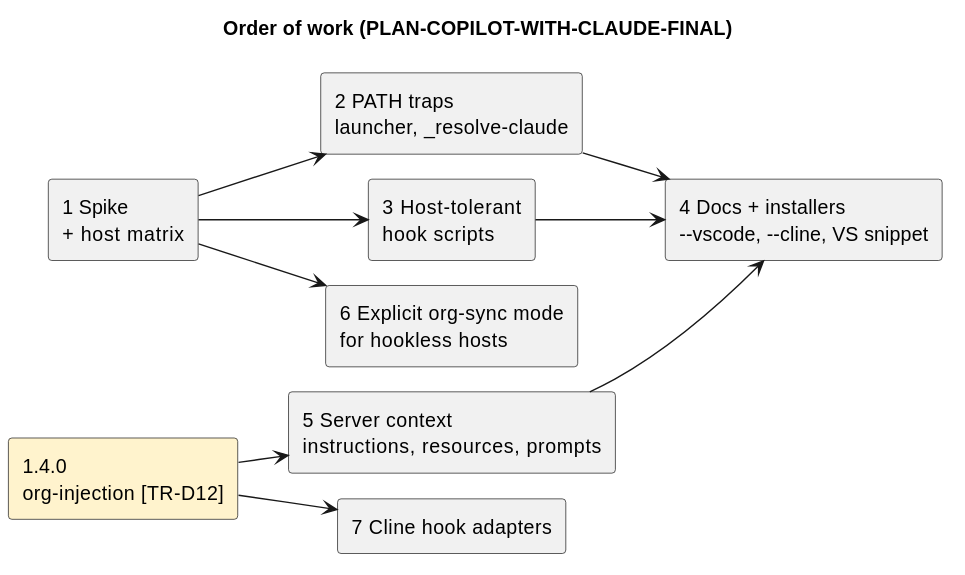
Above: docs/diagrams/copilot-plan.svg in adrian-balaban/total-recall (PlantUML), before the change.
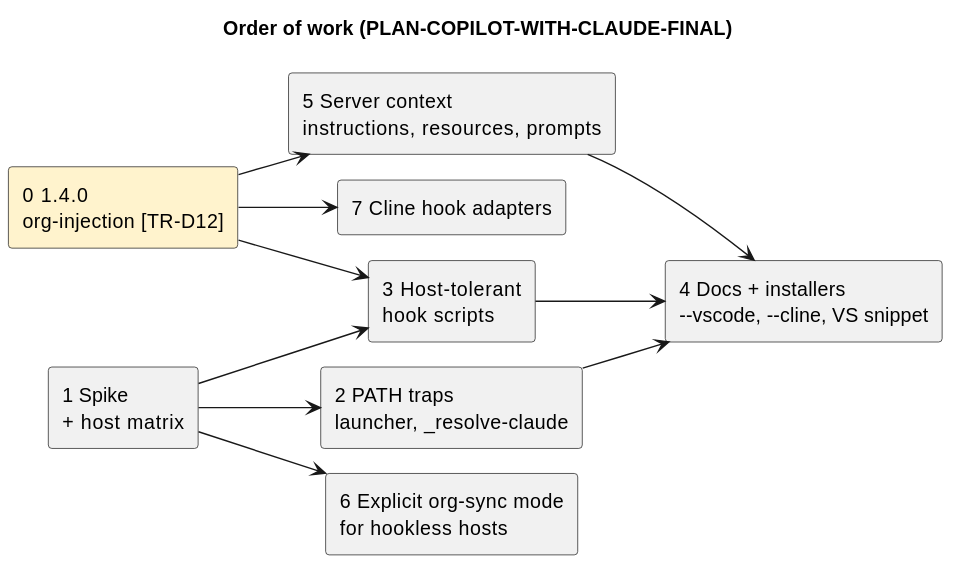
Above is the later version.

Commit message:
docs: put [TR-D12] org-injection first in the VS Code plan

Step 3 makes SessionStart injection work in Copilot, so it widens the
org-injection surface too; 1.4.0 now precedes steps 3, 5 and 7.

Diff of the diagram source:
```diff
@@ -5,21 +5,22 @@
 skinparam defaultFontName Helvetica
 title Order of work (PLAN-COPILOT-WITH-CLAUDE-FINAL)
 
+rectangle "0  1.4.0\norg-injection [TR-D12]" as G #FFF3CD
 rectangle "1 Spike\n+ host matrix" as A
 rectangle "2 PATH traps\nlauncher, _resolve-claude" as B
 rectangle "3 Host-tolerant\nhook scripts" as C
 rectangle "4 Docs + installers\n~--vscode, ~--cline, VS snippet" as F
-rectangle "1.4.0\norg-injection [TR-D12]" as G #FFF3CD
 rectangle "5 Server context\ninstructions, resources, prompts" as D
 rectangle "6 Explicit org-sync mode\nfor hookless hosts" as E
 rectangle "7 Cline hook adapters" as H
 
+G --> C
+G --> D
+G --> H
 A --> B
 A --> C
+A --> E
 B --> F
 C --> F
-G --> D
-G --> H
-A --> E
 D --> F
 @enduml
```
